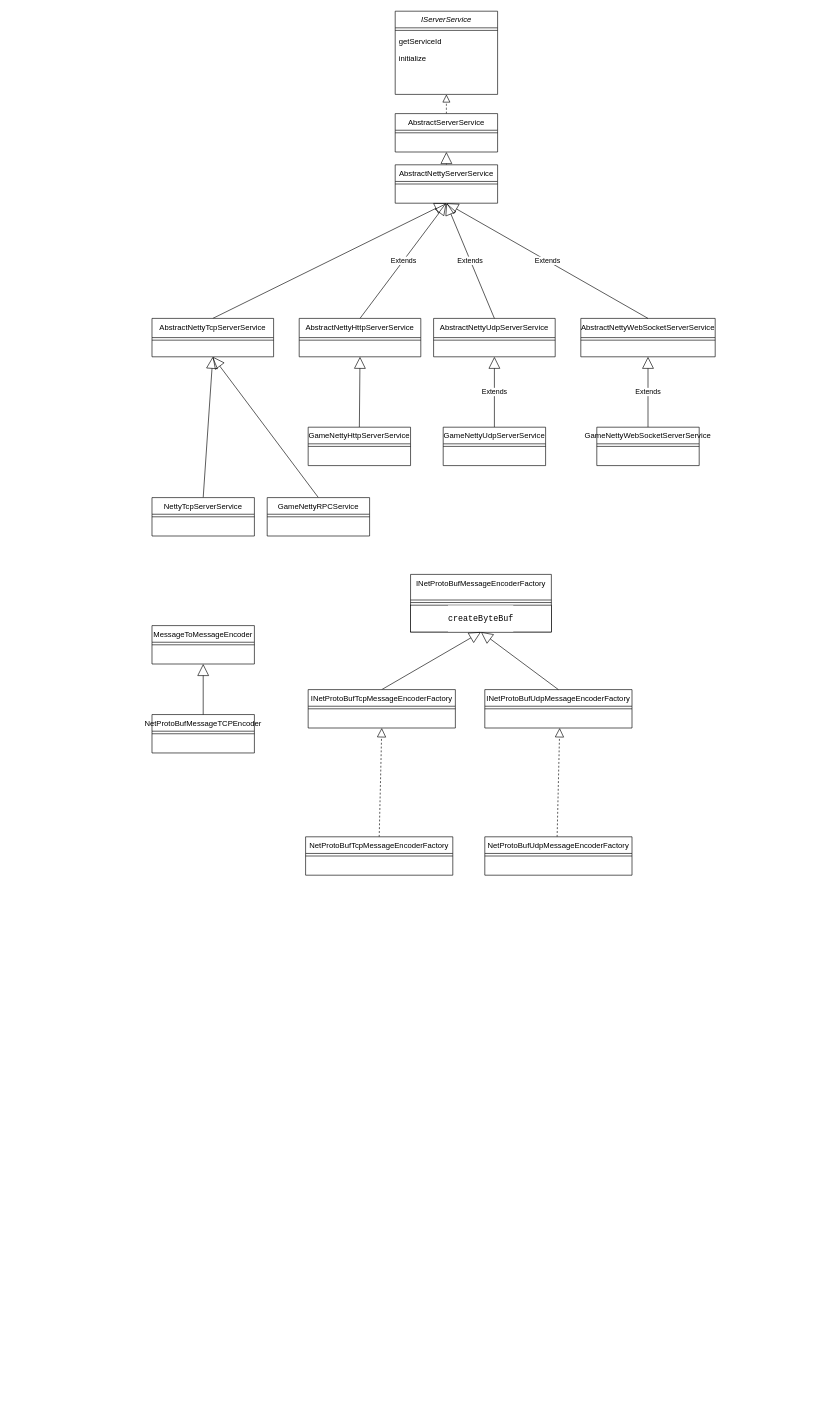
This is Untitled Diagram.drawio from kevinchen008/dragon, a draw.io file, before an edit. Source tidied: cells renumbered, new cells numbered last; positions are measured from the earlier drawing's top-left corner, leaving out a move shared by most shapes. Both pictures are drawn from the tidied source at 64%, with x=0, y=0 at pixel (152, 11).
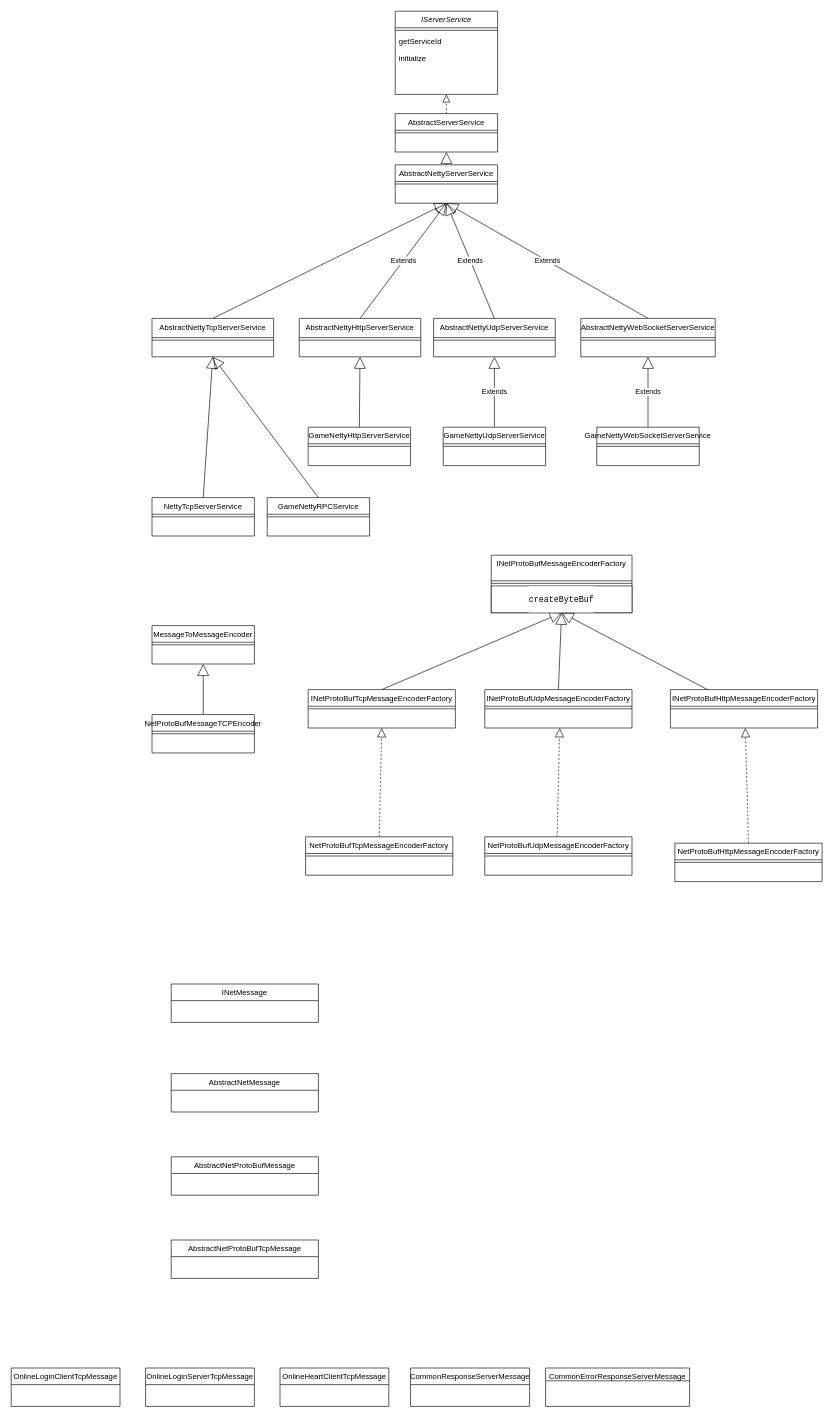
The same page after the edit.

What changed in the source:
```diff
@@
-    <mxCell id="44" value="INetProtoBufMessageEncoderFactory" style="swimlane;fontStyle=0;align=center;verticalAlign=top;horizontal=1;startSize=40;rounded=0;shadow=0;strokeWidth=1;" parent="1" vertex="1">
-      <mxGeometry x="404" y="880" width="220" height="90" as="geometry" />
-    </mxCell>
-    <mxCell id="45" style="line;html=1;strokeWidth=1;align=left;verticalAlign=middle;spacingTop=-1;spacingLeft=3;spacingRight=3;labelPosition=right;" parent="44" vertex="1">
-      <mxGeometry y="40" width="220" height="8" as="geometry" />
-    </mxCell>
-    <mxCell id="46" value="&lt;pre style=&quot;font-family: &amp;quot;jetbrains mono&amp;quot;, monospace; font-size: 9.8pt;&quot;&gt;&lt;span style=&quot;&quot;&gt;createByteBuf&lt;/span&gt;&lt;/pre&gt;" style="whiteSpace=wrap;html=1;labelBackgroundColor=#ffffff;" parent="44" vertex="1">
-      <mxGeometry y="48" width="220" height="42" as="geometry" />
-    </mxCell>
@@
+    <mxCell id="59" value="INetProtoBufHttpMessageEncoderFactory" style="swimlane;fontStyle=0;align=center;verticalAlign=top;horizontal=1;startSize=26;rounded=0;shadow=0;strokeWidth=1;" parent="1" vertex="1">
+      <mxGeometry x="810" y="1060" width="230" height="60" as="geometry" />
+    </mxCell>
+    <mxCell id="60" style="line;html=1;strokeWidth=1;align=left;verticalAlign=middle;spacingTop=-1;spacingLeft=3;spacingRight=3;labelPosition=right;" parent="59" vertex="1">
+      <mxGeometry y="26" width="230" height="8" as="geometry" />
+    </mxCell>
+    <mxCell id="61" style="endArrow=block;dashed=1;endFill=0;endSize=12;html=1;fontColor=#000000;exitX=0.5;exitY=0;exitDx=0;exitDy=0;" parent="1" edge="1" source="62">
+      <mxGeometry relative="1" as="geometry">
+        <mxPoint x="927" y="1120" as="targetPoint" />
+      </mxGeometry>
+    </mxCell>
+    <mxCell id="62" value="NetProtoBufHttpMessageEncoderFactory" style="swimlane;fontStyle=0;align=center;verticalAlign=top;horizontal=1;startSize=26;rounded=0;shadow=0;strokeWidth=1;" parent="1" vertex="1">
+      <mxGeometry x="817" y="1300" width="230" height="60" as="geometry" />
+    </mxCell>
+    <mxCell id="63" style="line;html=1;strokeWidth=1;align=left;verticalAlign=middle;spacingTop=-1;spacingLeft=3;spacingRight=3;labelPosition=right;" parent="62" vertex="1">
+      <mxGeometry y="26" width="230" height="8" as="geometry" />
+    </mxCell>
+    <mxCell id="44" value="INetProtoBufMessageEncoderFactory" style="swimlane;fontStyle=0;align=center;verticalAlign=top;horizontal=1;startSize=40;rounded=0;shadow=0;strokeWidth=1;" parent="1" vertex="1">
+      <mxGeometry x="530" y="850" width="220" height="90" as="geometry" />
+    </mxCell>
+    <mxCell id="45" style="line;html=1;strokeWidth=1;align=left;verticalAlign=middle;spacingTop=-1;spacingLeft=3;spacingRight=3;labelPosition=right;" parent="44" vertex="1">
+      <mxGeometry y="40" width="220" height="8" as="geometry" />
+    </mxCell>
+    <mxCell id="46" value="&lt;pre style=&quot;font-family: &amp;quot;jetbrains mono&amp;quot;, monospace; font-size: 9.8pt;&quot;&gt;&lt;span style=&quot;&quot;&gt;createByteBuf&lt;/span&gt;&lt;/pre&gt;" style="whiteSpace=wrap;html=1;labelBackgroundColor=#ffffff;" parent="44" vertex="1">
+      <mxGeometry y="48" width="220" height="42" as="geometry" />
+    </mxCell>
+    <mxCell id="64" style="endArrow=block;endSize=16;endFill=0;html=1;entryX=0.5;entryY=1;entryDx=0;entryDy=0;" parent="1" edge="1" source="59" target="46">
+      <mxGeometry y="10" relative="1" as="geometry" />
+    </mxCell>
+    <mxCell id="65" value="INetMessage" style="swimlane;fontStyle=0;align=center;verticalAlign=top;horizontal=1;startSize=26;rounded=0;shadow=0;strokeWidth=1;" parent="1" vertex="1">
+      <mxGeometry x="30" y="1520" width="230" height="60" as="geometry" />
+    </mxCell>
+    <mxCell id="66" value="AbstractNetProtoBufMessage" style="swimlane;fontStyle=0;align=center;verticalAlign=top;horizontal=1;startSize=26;rounded=0;shadow=0;strokeWidth=1;" parent="1" vertex="1">
+      <mxGeometry x="30" y="1790" width="230" height="60" as="geometry" />
+    </mxCell>
+    <mxCell id="67" value="AbstractNetMessage" style="swimlane;fontStyle=0;align=center;verticalAlign=top;horizontal=1;startSize=26;rounded=0;shadow=0;strokeWidth=1;" parent="1" vertex="1">
+      <mxGeometry x="30" y="1660" width="230" height="60" as="geometry" />
+    </mxCell>
+    <mxCell id="68" value="AbstractNetProtoBufTcpMessage" style="swimlane;fontStyle=0;align=center;verticalAlign=top;horizontal=1;startSize=26;rounded=0;shadow=0;strokeWidth=1;" parent="1" vertex="1">
+      <mxGeometry x="30" y="1920" width="230" height="60" as="geometry" />
+    </mxCell>
+    <mxCell id="69" value="OnlineLoginClientTcpMessage" style="swimlane;fontStyle=0;align=center;verticalAlign=top;horizontal=1;startSize=26;rounded=0;shadow=0;strokeWidth=1;" parent="1" vertex="1">
+      <mxGeometry x="-220" y="2120" width="170" height="60" as="geometry" />
+    </mxCell>
+    <mxCell id="70" value="OnlineLoginServerTcpMessage" style="swimlane;fontStyle=0;align=center;verticalAlign=top;horizontal=1;startSize=26;rounded=0;shadow=0;strokeWidth=1;" parent="1" vertex="1">
+      <mxGeometry x="-10" y="2120" width="170" height="60" as="geometry" />
+    </mxCell>
+    <mxCell id="71" value="OnlineHeartClientTcpMessage" style="swimlane;fontStyle=0;align=center;verticalAlign=top;horizontal=1;startSize=26;rounded=0;shadow=0;strokeWidth=1;" parent="1" vertex="1">
+      <mxGeometry x="200" y="2120" width="170" height="60" as="geometry" />
+    </mxCell>
+    <mxCell id="72" value="CommonResponseServerMessage" style="swimlane;fontStyle=0;align=center;verticalAlign=top;horizontal=1;startSize=26;rounded=0;shadow=0;strokeWidth=1;" parent="1" vertex="1">
+      <mxGeometry x="404" y="2120" width="186" height="60" as="geometry" />
+    </mxCell>
+    <mxCell id="73" value="CommonErrorResponseServerMessage" style="swimlane;fontStyle=0;align=center;verticalAlign=top;horizontal=1;startSize=20;rounded=0;shadow=0;strokeWidth=1;" parent="1" vertex="1">
+      <mxGeometry x="615" y="2120" width="225" height="60" as="geometry" />
+    </mxCell>
```
